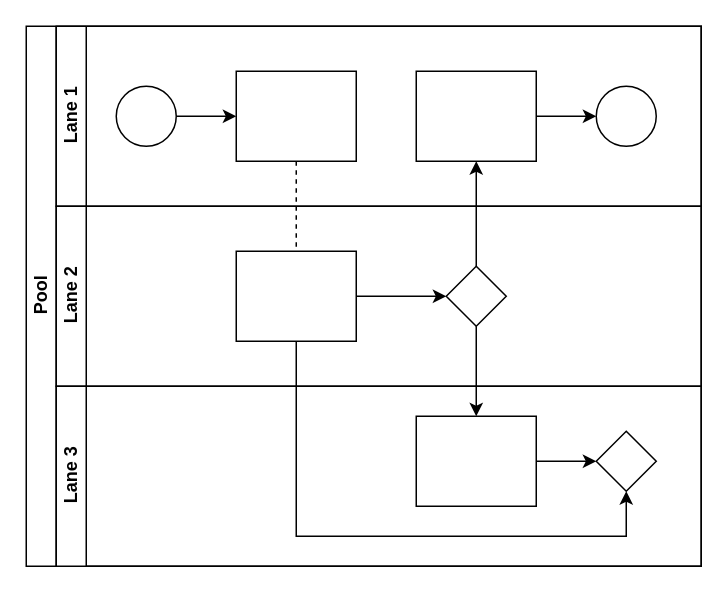
Above: 未命名绘图.drawio in yumu7777777/yumu7777777 (draw.io), before the change. Source tidied: cells renumbered, new cells numbered last; positions are measured from the earlier drawing's top-left corner, leaving out a move shared by most shapes. Both pictures are drawn from the tidied source at 150%, with x=0, y=0 at pixel (26, 26).
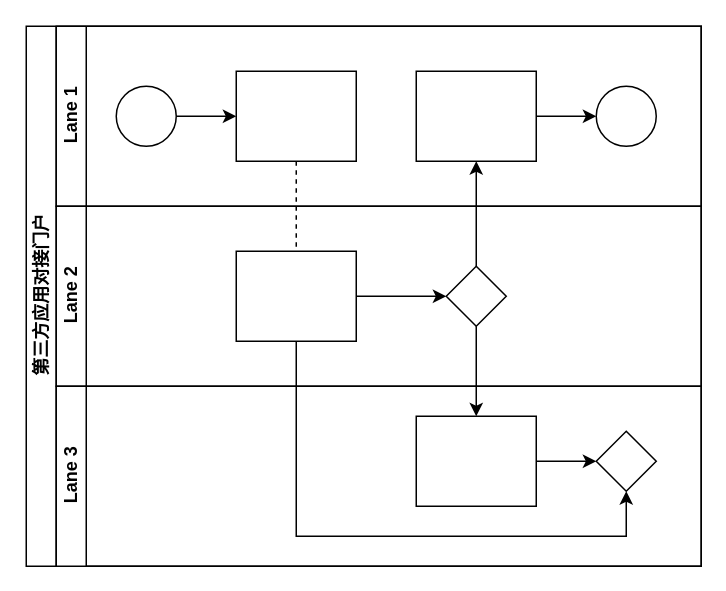
After the change.

Commit message:
第三方应用对接门户.drawio

The edit, as a diff of the source:
```diff
@@
-    <mxCell id="2" value="Pool" style="swimlane;html=1;horizontal=0;startSize=20;" parent="1" vertex="1">
+    <mxCell id="2" value="第三方应用对接门户" style="swimlane;html=1;horizontal=0;startSize=20;" parent="1" vertex="1">
       <mxGeometry width="450" height="360" as="geometry" />
     </mxCell>
```
